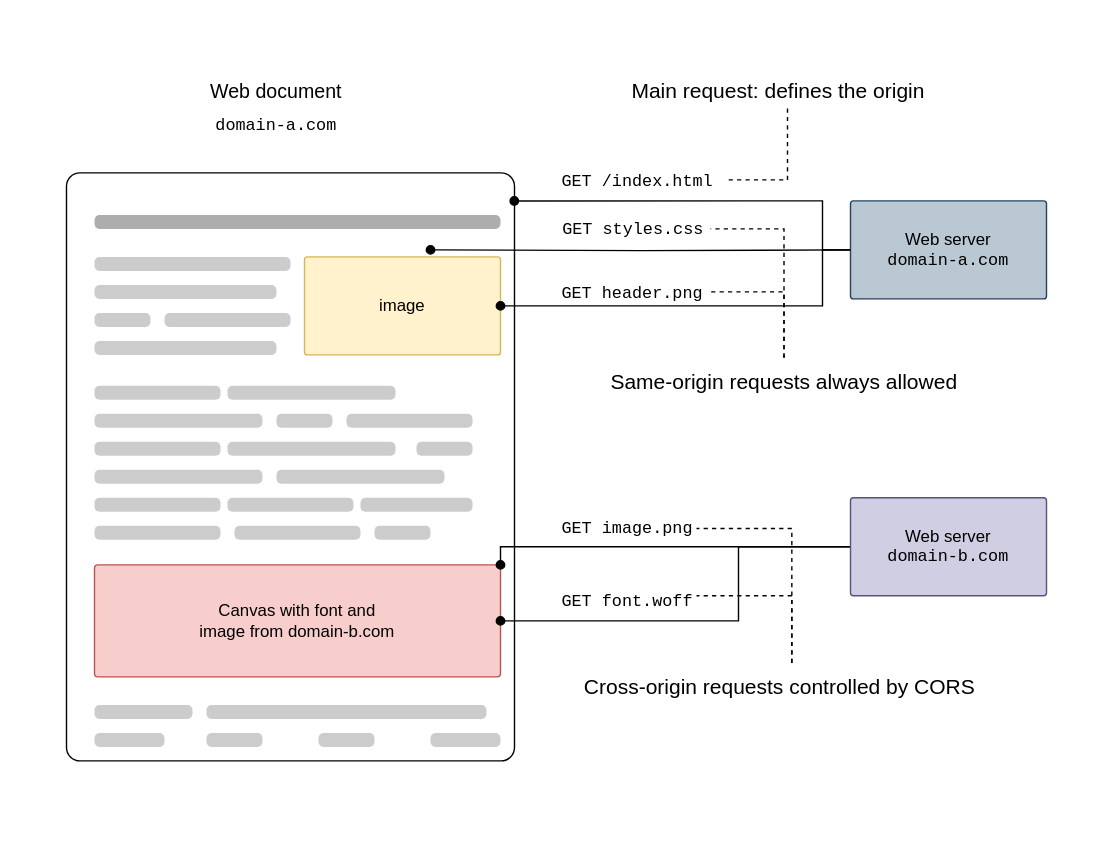
Before: images/diagrams/http/cors/fetching-page-cors.drawio in mdn/shared-assets, a draw.io diagram. Source tidied: cells renumbered, new cells numbered last; positions are measured from the earlier drawing's top-left corner, leaving out a move shared by most shapes. Both pictures are drawn from the tidied source at 140%, with x=0, y=0 at pixel (24, 24).
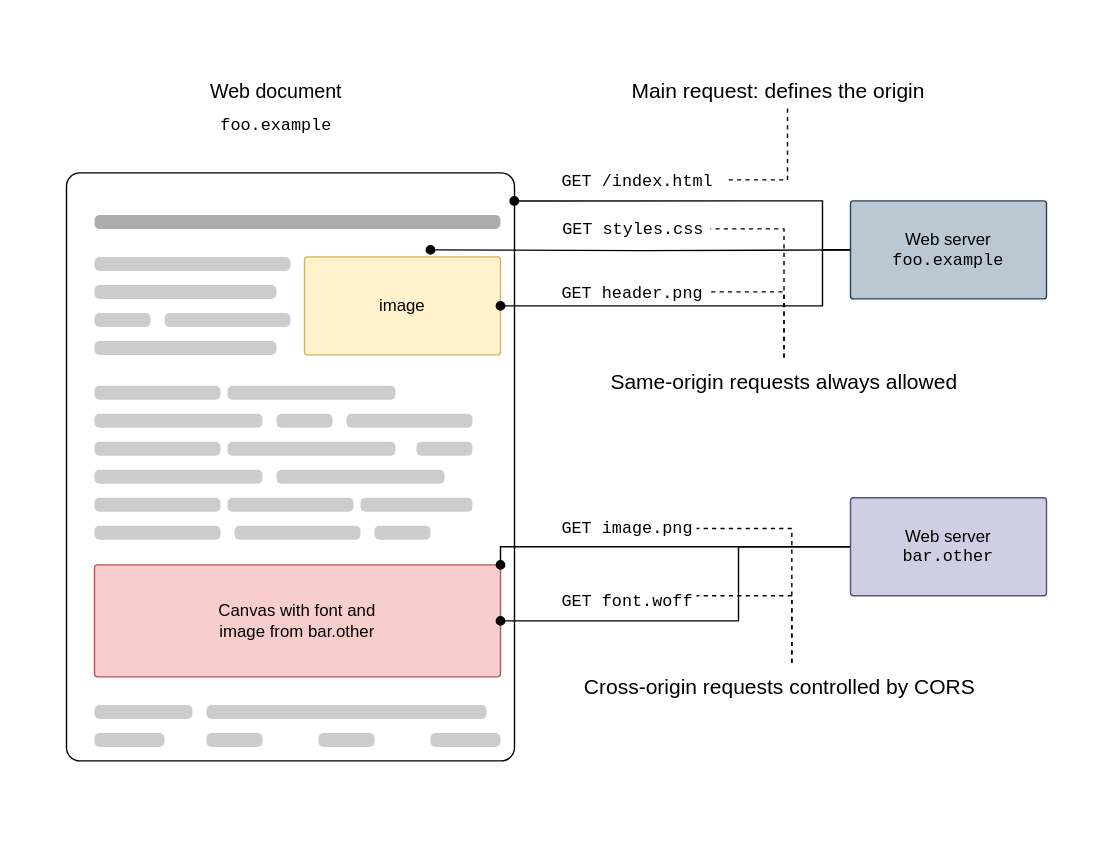
Above is the later version.

Commit message (it also covers changes not shown here):
Fix content issue 36670: Annotate CORS diagrams with origins (#65)

Diff of the diagram source:
```diff
@@
-    <mxCell id="5" value="&lt;div&gt;Canvas with font and&lt;/div&gt;&lt;div&gt;image from domain-b.com&lt;/div&gt;" style="text;align=center;verticalAlign=middle;rounded=1;spacing=4;spacingLeft=0;spacingTop=0;fillColor=#f8cecc;strokeColor=#b85450;arcSize=3;shadow=0;shadowOffsetX=2;shadowOffsetY=2;shadowBlur=1;strokeWidth=1;perimeterSpacing=0;html=1;whiteSpace=wrap;" parent="1" vertex="1">
+    <mxCell id="5" value="&lt;div&gt;Canvas with font and&lt;/div&gt;&lt;div&gt;image from bar.other&lt;/div&gt;" style="text;align=center;verticalAlign=middle;rounded=1;spacing=4;spacingLeft=0;spacingTop=0;fillColor=#f8cecc;strokeColor=#b85450;arcSize=3;shadow=0;shadowOffsetX=2;shadowOffsetY=2;shadowBlur=1;strokeWidth=1;perimeterSpacing=0;html=1;whiteSpace=wrap;" parent="1" vertex="1">
       <mxGeometry x="50" y="386" width="290" height="80" as="geometry" />
     </mxCell>
@@
-    <mxCell id="44" value="Web server&lt;br&gt;&lt;font face=&quot;monospace&quot;&gt;domain-a.com&lt;/font&gt;" style="text;align=center;verticalAlign=middle;rounded=1;spacing=4;spacingLeft=0;spacingTop=0;fillColor=#bac8d3;strokeColor=#23445d;arcSize=3;shadow=0;shadowOffsetX=2;shadowOffsetY=2;shadowBlur=1;strokeWidth=1;perimeterSpacing=0;html=1;whiteSpace=wrap;" parent="1" vertex="1">
+    <mxCell id="44" value="Web server&lt;br&gt;&lt;font face=&quot;monospace&quot;&gt;foo.example&lt;/font&gt;" style="text;align=center;verticalAlign=middle;rounded=1;spacing=4;spacingLeft=0;spacingTop=0;fillColor=#bac8d3;strokeColor=#23445d;arcSize=3;shadow=0;shadowOffsetX=2;shadowOffsetY=2;shadowBlur=1;strokeWidth=1;perimeterSpacing=0;html=1;whiteSpace=wrap;" parent="1" vertex="1">
       <mxGeometry x="590" y="126" width="140" height="70" as="geometry" />
     </mxCell>
@@
-    <mxCell id="46" value="Web server&lt;br&gt;&lt;font face=&quot;monospace&quot;&gt;domain-b.com&lt;/font&gt;" style="text;align=center;verticalAlign=middle;rounded=1;spacing=4;spacingLeft=0;spacingTop=0;fillColor=#d0cee2;strokeColor=#56517e;arcSize=3;shadow=0;shadowOffsetX=2;shadowOffsetY=2;shadowBlur=1;strokeWidth=1;perimeterSpacing=0;html=1;whiteSpace=wrap;" parent="1" vertex="1">
+    <mxCell id="46" value="Web server&lt;br&gt;&lt;font face=&quot;monospace&quot;&gt;bar.other&lt;/font&gt;" style="text;align=center;verticalAlign=middle;rounded=1;spacing=4;spacingLeft=0;spacingTop=0;fillColor=#d0cee2;strokeColor=#56517e;arcSize=3;shadow=0;shadowOffsetX=2;shadowOffsetY=2;shadowBlur=1;strokeWidth=1;perimeterSpacing=0;html=1;whiteSpace=wrap;" parent="1" vertex="1">
       <mxGeometry x="590" y="338" width="140" height="70" as="geometry" />
     </mxCell>
@@
-    <mxCell id="49" value="&lt;font face=&quot;monospace&quot;&gt;domain-a.com&lt;/font&gt;" style="text;align=center;verticalAlign=middle;rounded=1;spacing=4;spacingLeft=0;spacingTop=0;fillColor=none;strokeColor=none;arcSize=3;shadow=0;shadowOffsetX=2;shadowOffsetY=2;shadowBlur=1;strokeWidth=1;perimeterSpacing=0;html=1;whiteSpace=wrap;" parent="1" vertex="1">
+    <mxCell id="49" value="&lt;font face=&quot;monospace&quot;&gt;foo.example&lt;/font&gt;" style="text;align=center;verticalAlign=middle;rounded=1;spacing=4;spacingLeft=0;spacingTop=0;fillColor=none;strokeColor=none;arcSize=3;shadow=0;shadowOffsetX=2;shadowOffsetY=2;shadowBlur=1;strokeWidth=1;perimeterSpacing=0;html=1;whiteSpace=wrap;" parent="1" vertex="1">
       <mxGeometry x="110" y="60" width="140" height="24" as="geometry" />
     </mxCell>
```
